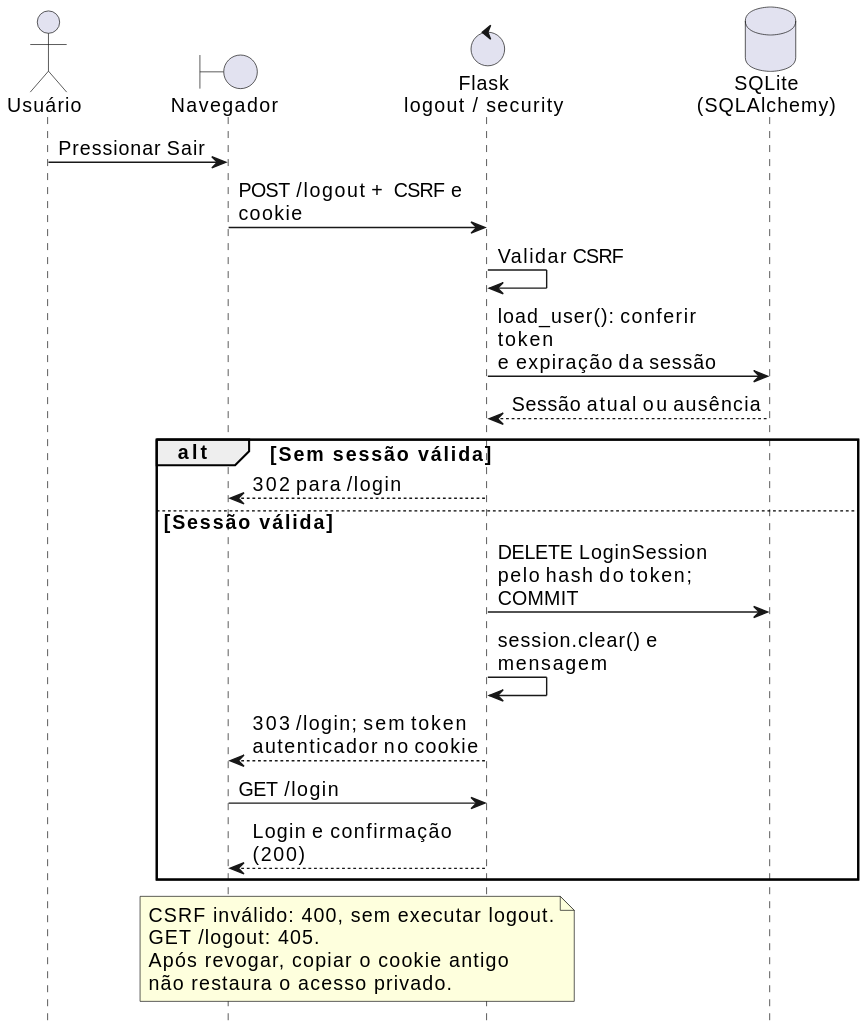
Above: docs/diagrams/entrega-logout.svg in Lfijho/chamadosLES (PlantUML), before the change. Its diagram source:
```plantuml
@startuml
skinparam backgroundColor #FFFFFF
skinparam shadowing false
skinparam defaultFontName SansSerif
skinparam defaultFontSize 14
hide footbox
skinparam ParticipantPadding 10
skinparam BoxPadding 6
skinparam maxMessageSize 180
actor "Usuário" as U
boundary "Navegador" as B
control "Flask\nlogout / security" as F
database "SQLite\n(SQLAlchemy)" as D
U -> B : Pressionar Sair
B -> F : POST /logout + CSRF e cookie
F -> F : Validar CSRF
F -> D : load_user(): conferir token\ne expiração da sessão
D --> F : Sessão atual ou ausência
alt Sem sessão válida
  F --> B : 302 para /login
else Sessão válida
  F -> D : DELETE LoginSession\npelo hash do token; COMMIT
  F -> F : session.clear() e mensagem
  F --> B : 303 /login; sem token\nautenticador no cookie
  B -> F : GET /login
  F --> B : Login e confirmação (200)
end
note over B,F
  CSRF inválido: 400, sem executar logout.
  GET /logout: 405.
  Após revogar, copiar o cookie antigo
  não restaura o acesso privado.
end note
@enduml
```
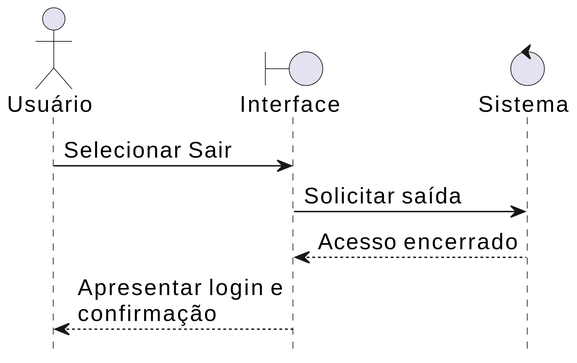
The same file after the commit.

The edit, as a diff of the source:
```diff
@@ -1,34 +1,17 @@
 @startuml
+hide footbox
 skinparam backgroundColor #FFFFFF
 skinparam shadowing false
+skinparam dpi 300
 skinparam defaultFontName SansSerif
-skinparam defaultFontSize 14
-hide footbox
-skinparam ParticipantPadding 10
-skinparam BoxPadding 6
-skinparam maxMessageSize 180
+skinparam defaultFontSize 16
+skinparam ParticipantPadding 12
+skinparam maxMessageSize 210
 actor "Usuário" as U
-boundary "Navegador" as B
-control "Flask\nlogout / security" as F
-database "SQLite\n(SQLAlchemy)" as D
-U -> B : Pressionar Sair
-B -> F : POST /logout + CSRF e cookie
-F -> F : Validar CSRF
-F -> D : load_user(): conferir token\ne expiração da sessão
-D --> F : Sessão atual ou ausência
-alt Sem sessão válida
-  F --> B : 302 para /login
-else Sessão válida
-  F -> D : DELETE LoginSession\npelo hash do token; COMMIT
-  F -> F : session.clear() e mensagem
-  F --> B : 303 /login; sem token\nautenticador no cookie
-  B -> F : GET /login
-  F --> B : Login e confirmação (200)
-end
-note over B,F
-  CSRF inválido: 400, sem executar logout.
-  GET /logout: 405.
-  Após revogar, copiar o cookie antigo
-  não restaura o acesso privado.
-end note
+boundary "Interface" as I
+control "Sistema" as S
+U -> I : Selecionar Sair
+I -> S : Solicitar saída
+S --> I : Acesso encerrado
+I --> U : Apresentar login e confirmação
 @enduml
```
